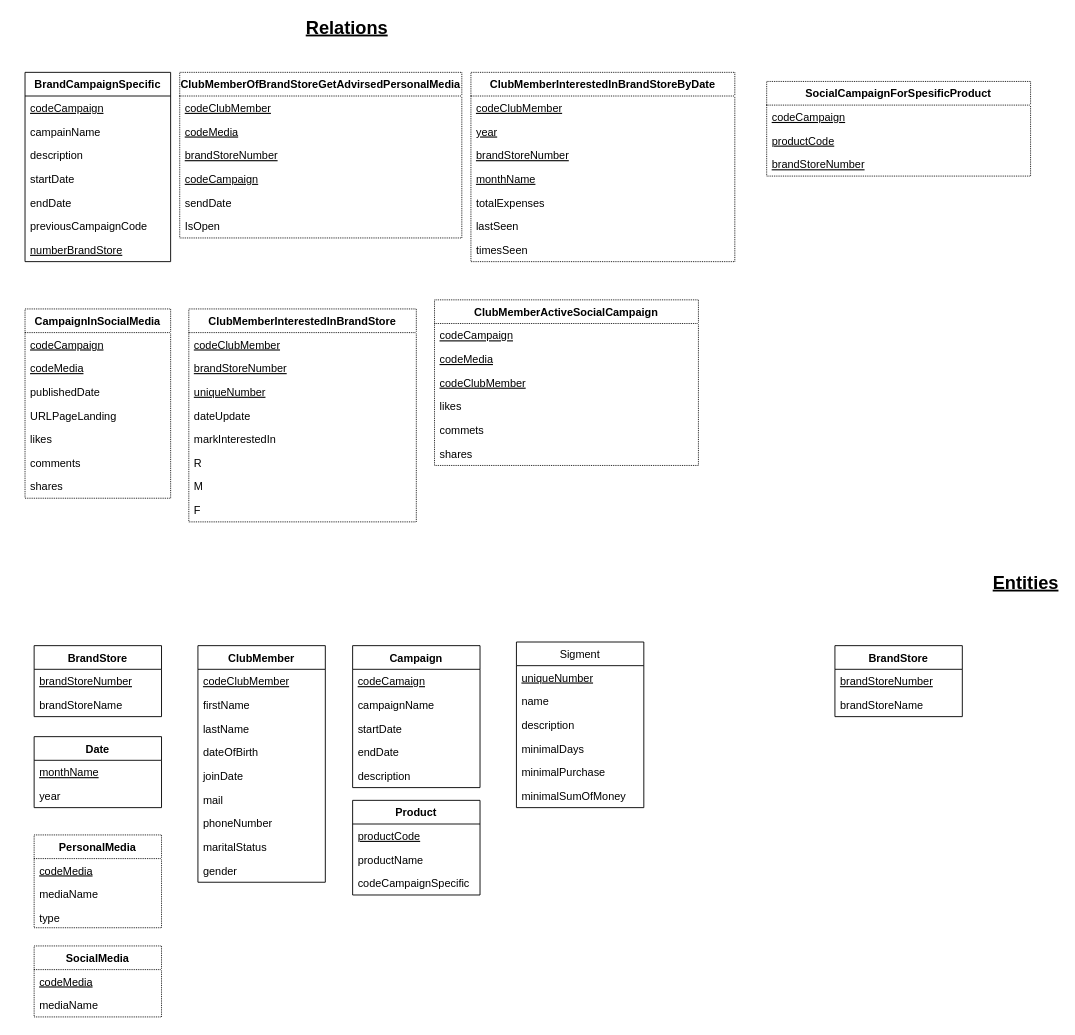
The draw.io diagram תרגיל בית 1 עד ה18.11/Tables_HW1.drawio in Kfir-G/DataBases-ERD_diagrams, before the edit. Source tidied: cells renumbered, new cells numbered last; positions are measured from the earlier drawing's top-left corner, leaving out a move shared by most shapes. Both pictures are drawn from the tidied source at 91%, with x=0, y=0 at pixel (25, 17).
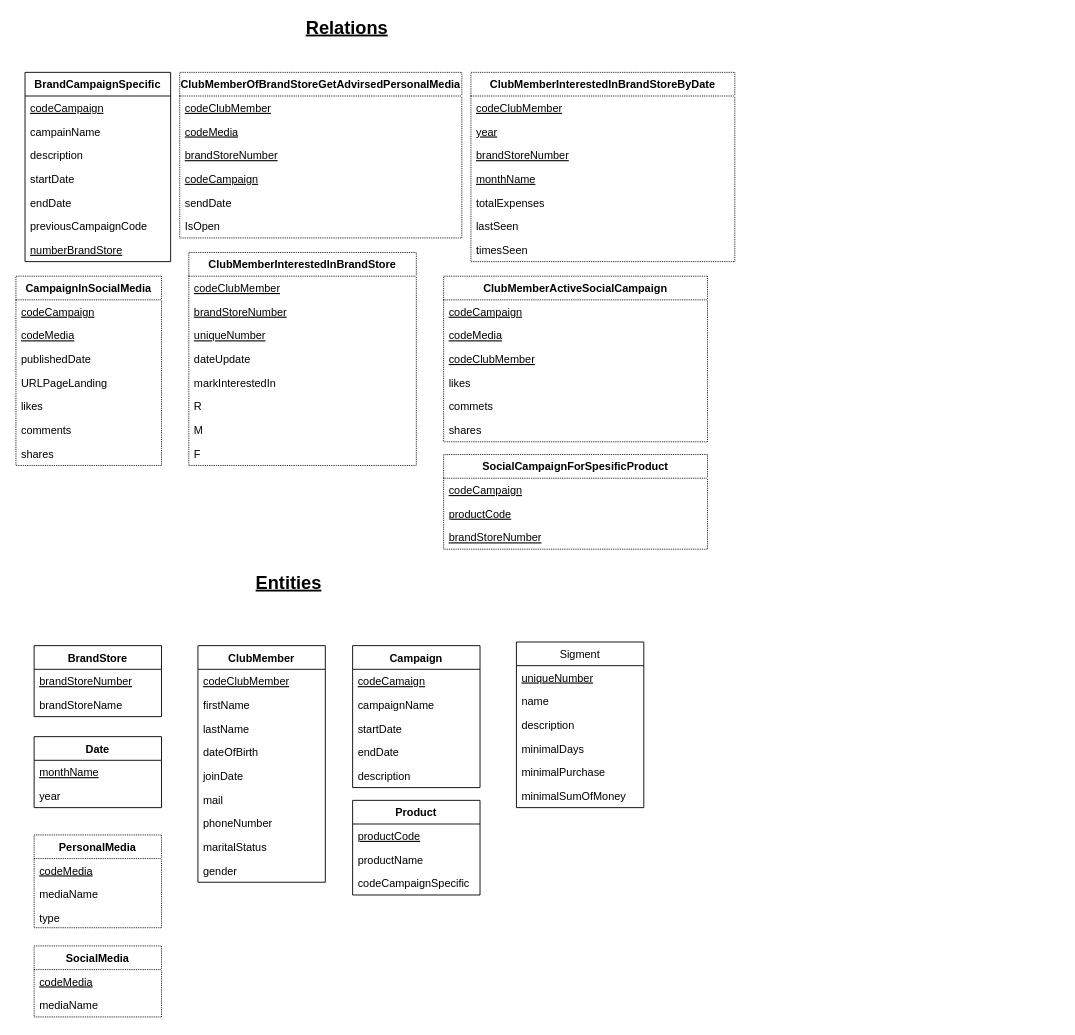
The same diagram, later.

Change to the diagram source:
```diff
@@
     <mxCell id="26" value="CampaignInSocialMedia" style="swimlane;fontStyle=1;align=center;verticalAlign=top;horizontal=1;startSize=26;dashed=1;dashPattern=1 1;" parent="1" vertex="1">
-      <mxGeometry y="320" width="160" height="208" as="geometry" />
+      <mxGeometry x="-10" y="284" width="160" height="208" as="geometry" />
     </mxCell>
@@
     <mxCell id="34" value="ClubMemberInterestedInBrandStore" style="swimlane;fontStyle=1;align=center;verticalAlign=top;horizontal=1;startSize=26;dashed=1;dashPattern=1 1;" parent="1" vertex="1">
-      <mxGeometry x="180" y="320" width="250" height="234" as="geometry" />
+      <mxGeometry x="180" y="258" width="250" height="234" as="geometry" />
     </mxCell>
@@
     <mxCell id="43" value="ClubMemberActiveSocialCampaign" style="swimlane;fontStyle=1;align=center;verticalAlign=top;horizontal=1;startSize=26;dashed=1;dashPattern=1 1;" parent="1" vertex="1">
-      <mxGeometry x="450" y="310" width="290" height="182" as="geometry" />
+      <mxGeometry x="460" y="284" width="290" height="182" as="geometry" />
     </mxCell>
@@
     <mxCell id="50" value="&lt;font style=&quot;font-size: 20px&quot;&gt;&lt;u&gt;&lt;b&gt;Entities&lt;br&gt;&lt;/b&gt;&lt;/u&gt;&lt;/font&gt;" style="text;html=1;strokeColor=none;fillColor=none;align=center;verticalAlign=middle;whiteSpace=wrap;rounded=0;dashed=1;dashPattern=1 1;" parent="1" vertex="1">
-      <mxGeometry x="1080" y="610" width="40" height="20" as="geometry" />
+      <mxGeometry x="270" y="610" width="40" height="20" as="geometry" />
     </mxCell>
@@
-    <mxCell id="84" value="BrandStore" style="swimlane;fontStyle=1;horizontal=1;startSize=26;fillColor=none;" parent="1" vertex="1">
-      <mxGeometry x="890" y="690" width="140" height="78" as="geometry" />
-    </mxCell>
-    <mxCell id="85" value="brandStoreNumber" style="text;strokeColor=none;fillColor=none;align=left;verticalAlign=top;spacingLeft=4;spacingRight=4;overflow=hidden;fontStyle=4;" parent="84" vertex="1">
-      <mxGeometry y="26" width="140" height="26" as="geometry" />
-    </mxCell>
-    <mxCell id="86" value="brandStoreName" style="text;strokeColor=none;fillColor=none;align=left;verticalAlign=top;spacingLeft=4;spacingRight=4;overflow=hidden;" parent="84" vertex="1">
-      <mxGeometry y="52" width="140" height="26" as="geometry" />
-    </mxCell>
@@
     <mxCell id="94" value="SocialCampaignForSpesificProduct" style="swimlane;fontStyle=1;align=center;verticalAlign=top;horizontal=1;startSize=26;dashed=1;dashPattern=1 1;" parent="1" vertex="1">
-      <mxGeometry x="815" y="70" width="290" height="104" as="geometry" />
+      <mxGeometry x="460" y="480" width="290" height="104" as="geometry" />
     </mxCell>
```
